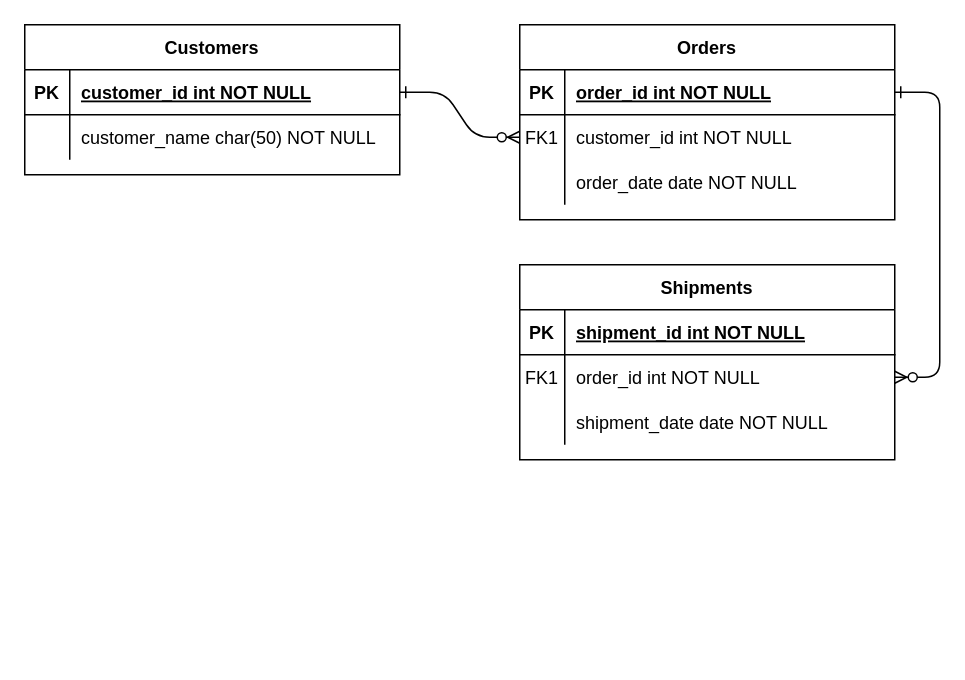
kannna5296/MapApp keeps this draw.io diagram as Untitled Diagram.drawio. Above is the earlier version. Source tidied: cells renumbered, new cells numbered last; positions are measured from the earlier drawing's top-left corner, leaving out a move shared by most shapes. Both pictures are drawn from the tidied source at 150%, with x=0, y=0 at pixel (24, 24).
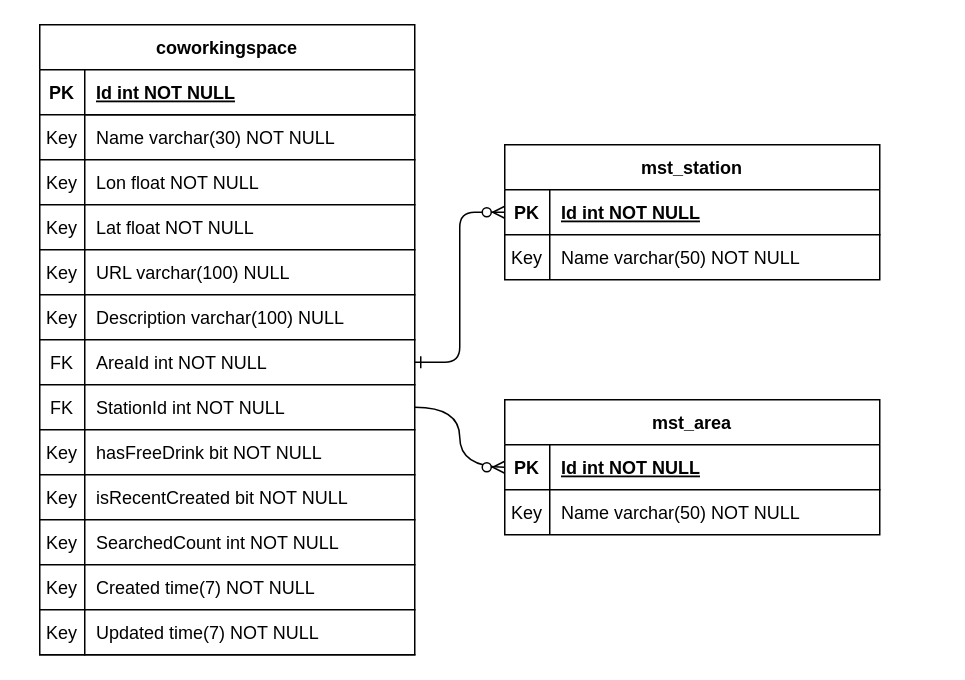
Above is the later version.

The change refers to these unchanged cells:
```xml
<mxCell id="5" style="shape=partialRectangle;fillColor=none;points=[[0,0.5],[1,0.5]];portConstraint=eastwest;top=0;left=0;right=0;bottom=1;" parent="4" vertex="1">
  <mxGeometry y="30" width="250" height="30" as="geometry" />
</mxCell>
<mxCell id="8" style="shape=partialRectangle;fillColor=none;points=[[0,0.5],[1,0.5]];portConstraint=eastwest;top=0;left=0;right=0;bottom=0;" parent="4" vertex="1">
  <mxGeometry y="60" width="250" height="30" as="geometry" />
</mxCell>
<mxCell id="15" style="shape=partialRectangle;fillColor=none;points=[[0,0.5],[1,0.5]];portConstraint=eastwest;top=0;left=0;right=0;bottom=1;" parent="14" vertex="1">
  <mxGeometry y="30" width="250" height="30" as="geometry" />
</mxCell>
<mxCell id="18" style="shape=partialRectangle;fillColor=none;points=[[0,0.5],[1,0.5]];portConstraint=eastwest;top=0;left=0;right=0;bottom=0;" parent="14" vertex="1">
  <mxGeometry y="60" width="250" height="30" as="geometry" />
</mxCell>
<mxCell id="25" style="shape=partialRectangle;fillColor=none;points=[[0,0.5],[1,0.5]];portConstraint=eastwest;top=0;left=0;right=0;bottom=1;" parent="24" vertex="1">
  <mxGeometry y="30" width="250" height="30" as="geometry" />
</mxCell>
<mxCell id="28" style="shape=partialRectangle;fillColor=none;top=0;left=0;right=0;bottom=0;" parent="24" vertex="1">
  <mxGeometry y="60" width="250" height="30" as="geometry" />
</mxCell>
```

What changed in the source:
```diff
@@
-    <mxCell id="2" style="edgeStyle=entityRelationEdgeStyle;endArrow=ERzeroToMany;startArrow=ERone;endFill=1;startFill=0;" parent="1" edge="1" source="25" target="8">
+    <mxCell id="2" style="edgeStyle=entityRelationEdgeStyle;endArrow=ERzeroToMany;startArrow=ERone;endFill=1;startFill=0;exitX=1;exitY=0.5;exitDx=0;exitDy=0;entryX=0;entryY=0.5;entryDx=0;entryDy=0;" parent="1" edge="1" source="43" target="5">
       <mxGeometry relative="1" as="geometry" />
     </mxCell>
-    <mxCell id="3" style="edgeStyle=entityRelationEdgeStyle;endArrow=ERzeroToMany;startArrow=ERone;endFill=1;startFill=0;" parent="1" edge="1" source="5" target="18">
-      <mxGeometry relative="1" as="geometry" />
-    </mxCell>
-    <mxCell id="4" value="Orders" style="shape=table;startSize=30;childLayout=tableLayout;rowLines=0;fontStyle=1;align=center;" parent="1" vertex="1">
-      <mxGeometry x="330" width="250" height="130" as="geometry" />
+    <mxCell id="4" value="mst_station" style="shape=table;startSize=30;childLayout=tableLayout;rowLines=0;fontStyle=1;align=center;" parent="1" vertex="1">
+      <mxGeometry x="320" y="80" width="250" height="90" as="geometry" />
     </mxCell>
@@
-    <mxCell id="7" value="order_id int NOT NULL " style="shape=partialRectangle;overflow=hidden;fillColor=none;top=0;left=0;bottom=0;right=0;align=left;spacingLeft=6;fontStyle=5;" parent="5" vertex="1">
+    <mxCell id="7" value="Id int NOT NULL " style="shape=partialRectangle;overflow=hidden;fillColor=none;top=0;left=0;bottom=0;right=0;align=left;spacingLeft=6;fontStyle=5;" parent="5" vertex="1">
       <mxGeometry x="30" width="220" height="30" as="geometry" />
     </mxCell>
@@
-    <mxCell id="9" value="FK1" style="shape=partialRectangle;overflow=hidden;fillColor=none;top=0;left=0;bottom=0;right=0;" parent="8" vertex="1">
+    <mxCell id="9" value="Key" style="shape=partialRectangle;overflow=hidden;fillColor=none;top=0;left=0;bottom=0;right=0;" parent="8" vertex="1">
       <mxGeometry width="30" height="30" as="geometry" />
     </mxCell>
-    <mxCell id="10" value="customer_id int NOT NULL" style="shape=partialRectangle;overflow=hidden;fillColor=none;top=0;left=0;bottom=0;right=0;align=left;spacingLeft=6;" parent="8" vertex="1">
+    <mxCell id="10" value="Name varchar(50) NOT NULL" style="shape=partialRectangle;overflow=hidden;fillColor=none;top=0;left=0;bottom=0;right=0;align=left;spacingLeft=6;" parent="8" vertex="1">
       <mxGeometry x="30" width="220" height="30" as="geometry" />
     </mxCell>
-    <mxCell id="11" style="shape=partialRectangle;fillColor=none;top=0;left=0;right=0;bottom=0;" parent="4" vertex="1">
-      <mxGeometry y="90" width="250" height="30" as="geometry" />
-    </mxCell>
-    <mxCell id="12" style="shape=partialRectangle;overflow=hidden;fillColor=none;top=0;left=0;bottom=0;right=0;" parent="11" vertex="1">
-      <mxGeometry width="30" height="30" as="geometry" />
-    </mxCell>
-    <mxCell id="13" value="order_date date NOT NULL" style="shape=partialRectangle;overflow=hidden;fillColor=none;top=0;left=0;bottom=0;right=0;align=left;spacingLeft=6;" parent="11" vertex="1">
-      <mxGeometry x="30" width="220" height="30" as="geometry" />
-    </mxCell>
-    <mxCell id="14" value="Shipments" style="shape=table;startSize=30;childLayout=tableLayout;rowLines=0;fontStyle=1;align=center;" parent="1" vertex="1">
-      <mxGeometry x="330" y="160" width="250" height="130" as="geometry" />
+    <mxCell id="14" value="mst_area" style="shape=table;startSize=30;childLayout=tableLayout;rowLines=0;fontStyle=1;align=center;" parent="1" vertex="1">
+      <mxGeometry x="320" y="250" width="250" height="90" as="geometry" />
     </mxCell>
@@
-    <mxCell id="17" value="shipment_id int NOT NULL " style="shape=partialRectangle;overflow=hidden;fillColor=none;top=0;left=0;bottom=0;right=0;align=left;spacingLeft=6;fontStyle=5;" parent="15" vertex="1">
+    <mxCell id="17" value="Id int NOT NULL " style="shape=partialRectangle;overflow=hidden;fillColor=none;top=0;left=0;bottom=0;right=0;align=left;spacingLeft=6;fontStyle=5;" parent="15" vertex="1">
       <mxGeometry x="30" width="220" height="30" as="geometry" />
     </mxCell>
@@
-    <mxCell id="19" value="FK1" style="shape=partialRectangle;overflow=hidden;fillColor=none;top=0;left=0;bottom=0;right=0;" parent="18" vertex="1">
+    <mxCell id="19" value="Key" style="shape=partialRectangle;overflow=hidden;fillColor=none;top=0;left=0;bottom=0;right=0;" parent="18" vertex="1">
       <mxGeometry width="30" height="30" as="geometry" />
     </mxCell>
-    <mxCell id="20" value="order_id int NOT NULL" style="shape=partialRectangle;overflow=hidden;fillColor=none;top=0;left=0;bottom=0;right=0;align=left;spacingLeft=6;" parent="18" vertex="1">
+    <mxCell id="20" value="Name varchar(50) NOT NULL" style="shape=partialRectangle;overflow=hidden;fillColor=none;top=0;left=0;bottom=0;right=0;align=left;spacingLeft=6;" parent="18" vertex="1">
       <mxGeometry x="30" width="220" height="30" as="geometry" />
     </mxCell>
-    <mxCell id="21" style="shape=partialRectangle;fillColor=none;top=0;left=0;right=0;bottom=0;" parent="14" vertex="1">
-      <mxGeometry y="90" width="250" height="30" as="geometry" />
-    </mxCell>
-    <mxCell id="22" style="shape=partialRectangle;overflow=hidden;fillColor=none;top=0;left=0;bottom=0;right=0;" parent="21" vertex="1">
-      <mxGeometry width="30" height="30" as="geometry" />
-    </mxCell>
-    <mxCell id="23" value="shipment_date date NOT NULL" style="shape=partialRectangle;overflow=hidden;fillColor=none;top=0;left=0;bottom=0;right=0;align=left;spacingLeft=6;" parent="21" vertex="1">
-      <mxGeometry x="30" width="220" height="30" as="geometry" />
-    </mxCell>
-    <mxCell id="24" value="Customers" style="shape=table;startSize=30;childLayout=tableLayout;rowLines=0;fontStyle=1;align=center;" parent="1" vertex="1">
-      <mxGeometry width="250" height="100" as="geometry" />
+    <mxCell id="24" value="coworkingspace" style="shape=table;startSize=30;childLayout=tableLayout;rowLines=0;fontStyle=1;align=center;" parent="1" vertex="1">
+      <mxGeometry x="10" width="250" height="420" as="geometry" />
     </mxCell>
@@
-    <mxCell id="27" value="customer_id int NOT NULL " style="shape=partialRectangle;overflow=hidden;fillColor=none;top=0;left=0;bottom=0;right=0;align=left;spacingLeft=6;fontStyle=5;" parent="25" vertex="1">
+    <mxCell id="27" value="Id int NOT NULL " style="shape=partialRectangle;overflow=hidden;fillColor=none;top=0;left=0;bottom=0;right=0;align=left;spacingLeft=6;fontStyle=5;" parent="25" vertex="1">
       <mxGeometry x="30" width="220" height="30" as="geometry" />
     </mxCell>
@@
-    <mxCell id="29" style="shape=partialRectangle;overflow=hidden;fillColor=none;top=0;left=0;bottom=0;right=0;" parent="28" vertex="1">
+    <mxCell id="29" value="Key" style="shape=partialRectangle;overflow=hidden;fillColor=none;top=0;left=0;bottom=1;right=0;" parent="28" vertex="1">
       <mxGeometry width="30" height="30" as="geometry" />
     </mxCell>
-    <mxCell id="30" value="customer_name char(50) NOT NULL" style="shape=partialRectangle;overflow=hidden;fillColor=none;top=0;left=0;bottom=0;right=0;align=left;spacingLeft=6;" parent="28" vertex="1">
+    <mxCell id="30" value="Name varchar(30) NOT NULL" style="shape=partialRectangle;overflow=hidden;top=1;left=0;bottom=1;right=0;align=left;spacingLeft=6;fillColor=none;" parent="28" vertex="1">
       <mxGeometry x="30" width="220" height="30" as="geometry" />
     </mxCell>
+    <mxCell id="31" style="shape=partialRectangle;fillColor=none;top=0;left=0;right=0;bottom=0;" parent="24" vertex="1">
+      <mxGeometry y="90" width="250" height="30" as="geometry" />
+    </mxCell>
+    <mxCell id="32" value="Key" style="shape=partialRectangle;overflow=hidden;fillColor=none;top=0;left=0;bottom=1;right=0;" parent="31" vertex="1">
+      <mxGeometry width="30" height="30" as="geometry" />
+    </mxCell>
+    <mxCell id="33" value="Lon float NOT NULL" style="shape=partialRectangle;overflow=hidden;fillColor=none;top=0;left=0;bottom=1;right=0;align=left;spacingLeft=6;" parent="31" vertex="1">
+      <mxGeometry x="30" width="220" height="30" as="geometry" />
+    </mxCell>
+    <mxCell id="34" style="shape=partialRectangle;fillColor=none;top=0;left=0;right=0;bottom=0;" parent="24" vertex="1">
+      <mxGeometry y="120" width="250" height="30" as="geometry" />
+    </mxCell>
+    <mxCell id="35" value="Key" style="shape=partialRectangle;overflow=hidden;fillColor=none;top=0;left=0;bottom=1;right=0;" parent="34" vertex="1">
+      <mxGeometry width="30" height="30" as="geometry" />
+    </mxCell>
+    <mxCell id="36" value="Lat float NOT NULL" style="shape=partialRectangle;overflow=hidden;fillColor=none;top=0;left=0;bottom=1;right=0;align=left;spacingLeft=6;" parent="34" vertex="1">
+      <mxGeometry x="30" width="220" height="30" as="geometry" />
+    </mxCell>
+    <mxCell id="37" style="shape=partialRectangle;fillColor=none;top=0;left=0;right=0;bottom=0;" parent="24" vertex="1">
+      <mxGeometry y="150" width="250" height="30" as="geometry" />
+    </mxCell>
+    <mxCell id="38" value="Key" style="shape=partialRectangle;overflow=hidden;fillColor=none;top=0;left=0;bottom=1;right=0;" parent="37" vertex="1">
+      <mxGeometry width="30" height="30" as="geometry" />
+    </mxCell>
+    <mxCell id="39" value="URL varchar(100) NULL" style="shape=partialRectangle;overflow=hidden;fillColor=none;top=0;left=0;bottom=1;right=0;align=left;spacingLeft=6;" parent="37" vertex="1">
+      <mxGeometry x="30" width="220" height="30" as="geometry" />
+    </mxCell>
+    <mxCell id="40" style="shape=partialRectangle;fillColor=none;top=0;left=0;right=0;bottom=0;" parent="24" vertex="1">
+      <mxGeometry y="180" width="250" height="30" as="geometry" />
+    </mxCell>
+    <mxCell id="41" value="Key" style="shape=partialRectangle;overflow=hidden;fillColor=none;top=0;left=0;bottom=1;right=0;" parent="40" vertex="1">
+      <mxGeometry width="30" height="30" as="geometry" />
+    </mxCell>
+    <mxCell id="42" value="Description varchar(100) NULL" style="shape=partialRectangle;overflow=hidden;fillColor=none;top=0;left=0;bottom=1;right=0;align=left;spacingLeft=6;" parent="40" vertex="1">
+      <mxGeometry x="30" width="220" height="30" as="geometry" />
+    </mxCell>
+    <mxCell id="43" style="shape=partialRectangle;fillColor=none;points=[[0,0.5],[1,0.5]];portConstraint=eastwest;top=0;left=0;right=0;bottom=0;" parent="24" vertex="1">
+      <mxGeometry y="210" width="250" height="30" as="geometry" />
+    </mxCell>
+    <mxCell id="44" value="FK" style="shape=partialRectangle;overflow=hidden;fillColor=none;top=0;left=0;bottom=1;right=0;" parent="43" vertex="1">
+      <mxGeometry width="30" height="30" as="geometry" />
+    </mxCell>
+    <mxCell id="45" value="AreaId int NOT NULL" style="shape=partialRectangle;overflow=hidden;fillColor=none;top=0;left=0;bottom=1;right=0;align=left;spacingLeft=6;" parent="43" vertex="1">
+      <mxGeometry x="30" width="220" height="30" as="geometry" />
+    </mxCell>
+    <mxCell id="46" style="shape=partialRectangle;fillColor=none;points=[[0,0.5],[1,0.5]];portConstraint=eastwest;top=0;left=0;right=0;bottom=0;" parent="24" vertex="1">
+      <mxGeometry y="240" width="250" height="30" as="geometry" />
+    </mxCell>
+    <mxCell id="47" value="FK" style="shape=partialRectangle;overflow=hidden;fillColor=none;top=0;left=0;bottom=1;right=0;" parent="46" vertex="1">
+      <mxGeometry width="30" height="30" as="geometry" />
+    </mxCell>
+    <mxCell id="48" value="StationId int NOT NULL" style="shape=partialRectangle;overflow=hidden;fillColor=none;top=0;left=0;bottom=1;right=0;align=left;spacingLeft=6;" parent="46" vertex="1">
+      <mxGeometry x="30" width="220" height="30" as="geometry" />
+    </mxCell>
+    <mxCell id="49" style="shape=partialRectangle;fillColor=none;top=0;left=0;right=0;bottom=0;" parent="24" vertex="1">
+      <mxGeometry y="270" width="250" height="30" as="geometry" />
+    </mxCell>
+    <mxCell id="50" value="Key" style="shape=partialRectangle;overflow=hidden;fillColor=none;top=0;left=0;bottom=1;right=0;" parent="49" vertex="1">
+      <mxGeometry width="30" height="30" as="geometry" />
+    </mxCell>
+    <mxCell id="51" value="hasFreeDrink bit NOT NULL" style="shape=partialRectangle;overflow=hidden;fillColor=none;top=0;left=0;bottom=1;right=0;align=left;spacingLeft=6;" parent="49" vertex="1">
+      <mxGeometry x="30" width="220" height="30" as="geometry" />
+    </mxCell>
+    <mxCell id="52" style="shape=partialRectangle;fillColor=none;top=0;left=0;right=0;bottom=0;" parent="24" vertex="1">
+      <mxGeometry y="300" width="250" height="30" as="geometry" />
+    </mxCell>
+    <mxCell id="53" value="Key" style="shape=partialRectangle;overflow=hidden;fillColor=none;top=0;left=0;bottom=1;right=0;" parent="52" vertex="1">
+      <mxGeometry width="30" height="30" as="geometry" />
+    </mxCell>
+    <mxCell id="54" value="isRecentCreated bit NOT NULL " style="shape=partialRectangle;overflow=hidden;fillColor=none;top=0;left=0;bottom=1;right=0;align=left;spacingLeft=6;" parent="52" vertex="1">
+      <mxGeometry x="30" width="220" height="30" as="geometry" />
+    </mxCell>
+    <mxCell id="55" style="shape=partialRectangle;fillColor=none;top=0;left=0;right=0;bottom=0;" parent="24" vertex="1">
+      <mxGeometry y="330" width="250" height="30" as="geometry" />
+    </mxCell>
+    <mxCell id="56" value="Key" style="shape=partialRectangle;overflow=hidden;fillColor=none;top=0;left=0;bottom=1;right=0;" parent="55" vertex="1">
+      <mxGeometry width="30" height="30" as="geometry" />
+    </mxCell>
+    <mxCell id="57" value="SearchedCount int NOT NULL" style="shape=partialRectangle;overflow=hidden;fillColor=none;top=0;left=0;bottom=1;right=0;align=left;spacingLeft=6;" parent="55" vertex="1">
+      <mxGeometry x="30" width="220" height="30" as="geometry" />
+    </mxCell>
+    <mxCell id="58" style="shape=partialRectangle;fillColor=none;top=0;left=0;right=0;bottom=0;" parent="24" vertex="1">
+      <mxGeometry y="360" width="250" height="30" as="geometry" />
+    </mxCell>
+    <mxCell id="59" value="Key" style="shape=partialRectangle;overflow=hidden;fillColor=none;top=0;left=0;bottom=1;right=0;" parent="58" vertex="1">
+      <mxGeometry width="30" height="30" as="geometry" />
+    </mxCell>
+    <mxCell id="60" value="Created time(7) NOT NULL" style="shape=partialRectangle;overflow=hidden;fillColor=none;top=0;left=0;bottom=1;right=0;align=left;spacingLeft=6;" parent="58" vertex="1">
+      <mxGeometry x="30" width="220" height="30" as="geometry" />
+    </mxCell>
+    <mxCell id="61" style="shape=partialRectangle;fillColor=none;top=0;left=0;right=0;bottom=0;" parent="24" vertex="1">
+      <mxGeometry y="390" width="250" height="30" as="geometry" />
+    </mxCell>
+    <mxCell id="62" value="Key" style="shape=partialRectangle;overflow=hidden;fillColor=none;top=0;left=0;bottom=1;right=0;" parent="61" vertex="1">
+      <mxGeometry width="30" height="30" as="geometry" />
+    </mxCell>
+    <mxCell id="63" value="Updated time(7) NOT NULL" style="shape=partialRectangle;overflow=hidden;fillColor=none;top=0;left=0;bottom=1;right=0;align=left;spacingLeft=6;" parent="61" vertex="1">
+      <mxGeometry x="30" width="220" height="30" as="geometry" />
+    </mxCell>
+    <mxCell id="64" style="edgeStyle=orthogonalEdgeStyle;rounded=0;jettySize=auto;html=1;exitX=1;exitY=0.5;exitDx=0;exitDy=0;entryX=0;entryY=0.5;entryDx=0;entryDy=0;curved=1;endArrow=ERzeroToMany;endFill=1;" parent="1" edge="1" source="46" target="15">
+      <mxGeometry relative="1" as="geometry" />
+    </mxCell>
```
